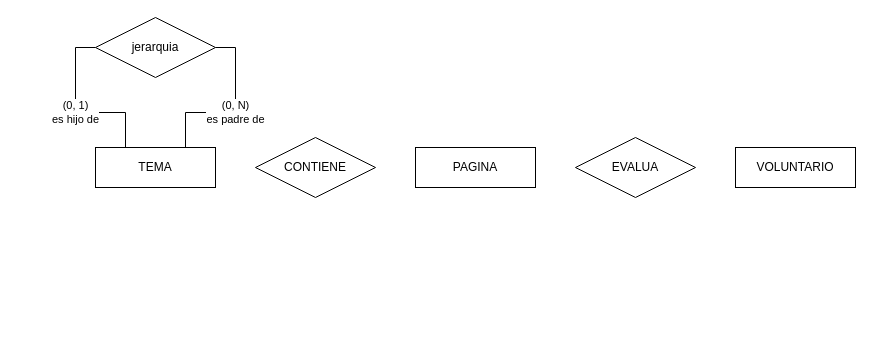
Earlier version of the draw.io diagram ~Base de Datos/Itinerario 02/Ejercicio6.9.drawio (zherar7ordoya/AP4). Source tidied: cells renumbered, new cells numbered last; positions are measured from the earlier drawing's top-left corner, leaving out a move shared by most shapes. Both pictures are drawn from the tidied source at 100%, with x=0, y=0 at pixel (95, 17).
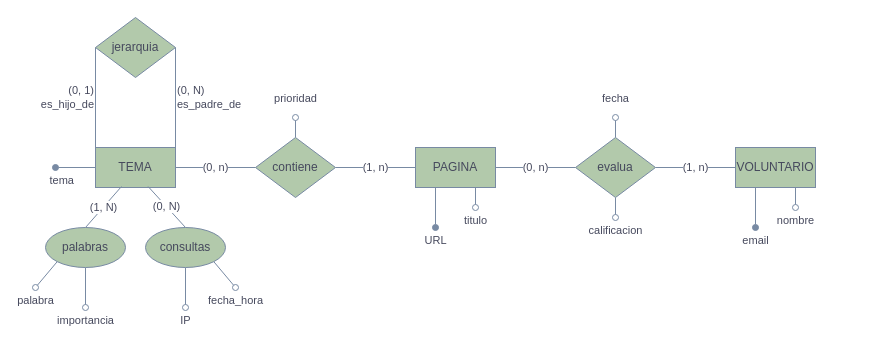
The same diagram, later.

Diff of the diagram source:
```diff
@@
+    <mxCell id="10" value="tema" style="edgeStyle=none;rounded=0;jettySize=auto;html=1;endArrow=oval;endFill=1;startArrow=none;startFill=0;labelPosition=left;verticalLabelPosition=bottom;align=right;verticalAlign=top;strokeColor=#788AA3;fontColor=#46495D;" parent="1" edge="1" source="2">
+      <mxGeometry relative="1" as="geometry">
+        <mxPoint x="-40" y="150" as="targetPoint" />
+      </mxGeometry>
+    </mxCell>
+    <mxCell id="11" value="(0, n)" style="edgeStyle=none;rounded=0;jettySize=auto;html=1;exitX=1;exitY=0.5;exitDx=0;exitDy=0;startArrow=none;startFill=0;endArrow=none;endFill=0;strokeColor=#788AA3;fontColor=#46495D;" parent="1" edge="1" source="2" target="5">
+      <mxGeometry relative="1" as="geometry" />
+    </mxCell>
-    <mxCell id="2" value="TEMA" style="whiteSpace=wrap;html=1;align=center;" parent="1" vertex="1">
-      <mxGeometry y="130" width="120" height="40" as="geometry" />
+    <mxCell id="2" value="TEMA" style="whiteSpace=wrap;html=1;align=center;fillColor=#B2C9AB;strokeColor=#788AA3;fontColor=#46495D;" parent="1" vertex="1">
+      <mxGeometry y="130" width="80" height="40" as="geometry" />
     </mxCell>
+    <mxCell id="12" value="URL" style="edgeStyle=none;rounded=0;jettySize=auto;html=1;exitX=0.25;exitY=1;exitDx=0;exitDy=0;startArrow=none;startFill=0;endArrow=oval;endFill=1;labelPosition=right;verticalLabelPosition=bottom;align=center;verticalAlign=top;strokeColor=#788AA3;fontColor=#46495D;" parent="1" edge="1" source="3">
+      <mxGeometry x="1" relative="1" as="geometry">
+        <mxPoint x="340" y="210" as="targetPoint" />
+      </mxGeometry>
+    </mxCell>
+    <mxCell id="13" value="titulo" style="edgeStyle=none;rounded=0;jettySize=auto;html=1;exitX=0.75;exitY=1;exitDx=0;exitDy=0;startArrow=none;startFill=0;endArrow=oval;endFill=0;labelPosition=right;verticalLabelPosition=bottom;align=center;verticalAlign=top;strokeColor=#788AA3;fontColor=#46495D;" parent="1" edge="1" source="3">
+      <mxGeometry x="1" relative="1" as="geometry">
+        <mxPoint x="380" y="190" as="targetPoint" />
+      </mxGeometry>
+    </mxCell>
+    <mxCell id="14" value="(0, n)" style="edgeStyle=none;rounded=0;jettySize=auto;html=1;exitX=1;exitY=0.5;exitDx=0;exitDy=0;entryX=0;entryY=0.5;entryDx=0;entryDy=0;startArrow=none;startFill=0;endArrow=none;endFill=0;strokeColor=#788AA3;fontColor=#46495D;" parent="1" edge="1" source="3" target="6">
+      <mxGeometry relative="1" as="geometry" />
+    </mxCell>
-    <mxCell id="3" value="PAGINA" style="whiteSpace=wrap;html=1;align=center;" parent="1" vertex="1">
-      <mxGeometry x="320" y="130" width="120" height="40" as="geometry" />
+    <mxCell id="3" value="PAGINA" style="whiteSpace=wrap;html=1;align=center;fillColor=#B2C9AB;strokeColor=#788AA3;fontColor=#46495D;" parent="1" vertex="1">
+      <mxGeometry x="320" y="130" width="80" height="40" as="geometry" />
     </mxCell>
+    <mxCell id="15" value="email" style="edgeStyle=none;rounded=0;jettySize=auto;html=1;exitX=0.25;exitY=1;exitDx=0;exitDy=0;startArrow=none;startFill=0;endArrow=oval;endFill=1;labelPosition=right;verticalLabelPosition=bottom;align=center;verticalAlign=top;strokeColor=#788AA3;fontColor=#46495D;" parent="1" edge="1" source="4">
+      <mxGeometry x="1" relative="1" as="geometry">
+        <mxPoint x="660" y="210" as="targetPoint" />
+      </mxGeometry>
+    </mxCell>
+    <mxCell id="16" value="nombre" style="edgeStyle=none;rounded=0;jettySize=auto;html=1;exitX=0.75;exitY=1;exitDx=0;exitDy=0;startArrow=none;startFill=0;endArrow=oval;endFill=0;labelPosition=right;verticalLabelPosition=bottom;align=center;verticalAlign=top;strokeColor=#788AA3;fontColor=#46495D;" parent="1" edge="1" source="4">
+      <mxGeometry x="1" relative="1" as="geometry">
+        <mxPoint x="700" y="190" as="targetPoint" />
+      </mxGeometry>
+    </mxCell>
-    <mxCell id="4" value="VOLUNTARIO" style="whiteSpace=wrap;html=1;align=center;" parent="1" vertex="1">
-      <mxGeometry x="640" y="130" width="120" height="40" as="geometry" />
+    <mxCell id="4" value="VOLUNTARIO" style="whiteSpace=wrap;html=1;align=center;fillColor=#B2C9AB;strokeColor=#788AA3;fontColor=#46495D;" parent="1" vertex="1">
+      <mxGeometry x="640" y="130" width="80" height="40" as="geometry" />
     </mxCell>
+    <mxCell id="17" value="prioridad" style="edgeStyle=none;rounded=0;jettySize=auto;html=1;exitX=0.5;exitY=0;exitDx=0;exitDy=0;startArrow=none;startFill=0;endArrow=oval;endFill=0;labelPosition=right;verticalLabelPosition=top;align=center;verticalAlign=bottom;strokeColor=#788AA3;fontColor=#46495D;" parent="1" edge="1" source="5">
+      <mxGeometry x="1" y="10" relative="1" as="geometry">
+        <mxPoint x="200" y="100" as="targetPoint" />
+        <mxPoint x="10" y="-10" as="offset" />
+      </mxGeometry>
+    </mxCell>
+    <mxCell id="18" value="(1, n)" style="edgeStyle=none;rounded=0;jettySize=auto;html=1;exitX=1;exitY=0.5;exitDx=0;exitDy=0;entryX=0;entryY=0.5;entryDx=0;entryDy=0;startArrow=none;startFill=0;endArrow=none;endFill=0;strokeColor=#788AA3;fontColor=#46495D;" parent="1" edge="1" source="5" target="3">
+      <mxGeometry relative="1" as="geometry" />
+    </mxCell>
-    <mxCell id="5" value="CONTIENE" style="shape=rhombus;perimeter=rhombusPerimeter;whiteSpace=wrap;html=1;align=center;" parent="1" vertex="1">
-      <mxGeometry x="160" y="120" width="120" height="60" as="geometry" />
+    <mxCell id="5" value="contiene" style="shape=rhombus;perimeter=rhombusPerimeter;whiteSpace=wrap;html=1;align=center;fillColor=#B2C9AB;strokeColor=#788AA3;fontColor=#46495D;" parent="1" vertex="1">
+      <mxGeometry x="160" y="120" width="80" height="60" as="geometry" />
     </mxCell>
+    <mxCell id="19" value="fecha" style="edgeStyle=none;rounded=0;jettySize=auto;html=1;exitX=0.5;exitY=0;exitDx=0;exitDy=0;startArrow=none;startFill=0;endArrow=oval;endFill=0;labelPosition=right;verticalLabelPosition=top;align=center;verticalAlign=bottom;strokeColor=#788AA3;fontColor=#46495D;" parent="1" edge="1" source="6">
+      <mxGeometry x="1" y="10" relative="1" as="geometry">
+        <mxPoint x="520" y="100" as="targetPoint" />
+        <mxPoint x="10" y="-10" as="offset" />
+      </mxGeometry>
+    </mxCell>
+    <mxCell id="20" value="calificacion" style="edgeStyle=none;rounded=0;jettySize=auto;html=1;exitX=0.5;exitY=1;exitDx=0;exitDy=0;startArrow=none;startFill=0;endArrow=oval;endFill=0;labelPosition=right;verticalLabelPosition=bottom;align=center;verticalAlign=top;strokeColor=#788AA3;fontColor=#46495D;" parent="1" edge="1" source="6">
+      <mxGeometry x="1" relative="1" as="geometry">
+        <mxPoint x="520" y="200" as="targetPoint" />
+      </mxGeometry>
+    </mxCell>
+    <mxCell id="21" value="(1, n)" style="edgeStyle=none;rounded=0;jettySize=auto;html=1;exitX=1;exitY=0.5;exitDx=0;exitDy=0;entryX=0;entryY=0.5;entryDx=0;entryDy=0;startArrow=none;startFill=0;endArrow=none;endFill=0;strokeColor=#788AA3;fontColor=#46495D;" parent="1" edge="1" source="6" target="4">
+      <mxGeometry relative="1" as="geometry" />
+    </mxCell>
-    <mxCell id="6" value="EVALUA" style="shape=rhombus;perimeter=rhombusPerimeter;whiteSpace=wrap;html=1;align=center;" parent="1" vertex="1">
-      <mxGeometry x="480" y="120" width="120" height="60" as="geometry" />
+    <mxCell id="6" value="evalua" style="shape=rhombus;perimeter=rhombusPerimeter;whiteSpace=wrap;html=1;align=center;fillColor=#B2C9AB;strokeColor=#788AA3;fontColor=#46495D;" parent="1" vertex="1">
+      <mxGeometry x="480" y="120" width="80" height="60" as="geometry" />
     </mxCell>
-    <mxCell id="7" value="(0, 1)&lt;br&gt;es hijo de" style="edgeStyle=orthogonalEdgeStyle;rounded=0;jettySize=auto;html=1;entryX=0.25;entryY=0;entryDx=0;entryDy=0;exitX=0;exitY=0.5;exitDx=0;exitDy=0;endArrow=none;endFill=0;" parent="1" edge="1" source="9" target="2">
+    <mxCell id="7" value="(0, 1)&lt;br&gt;es_hijo_de" style="rounded=0;jettySize=auto;html=1;entryX=0;entryY=0;entryDx=0;entryDy=0;exitX=0;exitY=0.5;exitDx=0;exitDy=0;endArrow=none;endFill=0;align=right;strokeColor=#788AA3;fontColor=#46495D;" parent="1" edge="1" source="9" target="2">
       <mxGeometry relative="1" as="geometry" />
     </mxCell>
-    <mxCell id="8" value="(0, N)&lt;br&gt;es padre de" style="edgeStyle=orthogonalEdgeStyle;rounded=0;jettySize=auto;html=1;entryX=0.75;entryY=0;entryDx=0;entryDy=0;exitX=1;exitY=0.5;exitDx=0;exitDy=0;endArrow=none;endFill=0;" parent="1" edge="1" source="9" target="2">
+    <mxCell id="8" value="(0, N)&lt;br&gt;es_padre_de" style="rounded=0;jettySize=auto;html=1;entryX=1;entryY=0;entryDx=0;entryDy=0;exitX=1;exitY=0.5;exitDx=0;exitDy=0;endArrow=none;endFill=0;align=left;strokeColor=#788AA3;fontColor=#46495D;" parent="1" edge="1" source="9" target="2">
       <mxGeometry relative="1" as="geometry" />
     </mxCell>
-    <mxCell id="9" value="jerarquia" style="shape=rhombus;perimeter=rhombusPerimeter;whiteSpace=wrap;html=1;align=center;" parent="1" vertex="1">
-      <mxGeometry width="120" height="60" as="geometry" />
+    <mxCell id="9" value="jerarquia" style="shape=rhombus;perimeter=rhombusPerimeter;whiteSpace=wrap;html=1;align=center;fillColor=#B2C9AB;strokeColor=#788AA3;fontColor=#46495D;" parent="1" vertex="1">
+      <mxGeometry width="80" height="60" as="geometry" />
     </mxCell>
+    <mxCell id="22" value="(1, N)" style="rounded=0;jettySize=auto;html=1;exitX=0.5;exitY=0;exitDx=0;exitDy=0;entryX=0.325;entryY=0.975;entryDx=0;entryDy=0;entryPerimeter=0;endArrow=none;endFill=0;strokeColor=#788AA3;fontColor=#46495D;" parent="1" edge="1" source="25" target="2">
+      <mxGeometry relative="1" as="geometry" />
+    </mxCell>
+    <mxCell id="23" value="palabra" style="edgeStyle=none;rounded=0;jettySize=auto;html=1;exitX=0;exitY=1;exitDx=0;exitDy=0;startArrow=none;startFill=0;endArrow=oval;endFill=0;labelPosition=left;verticalLabelPosition=bottom;align=center;verticalAlign=top;strokeColor=#788AA3;fontColor=#46495D;" parent="1" edge="1" source="25">
+      <mxGeometry x="1" relative="1" as="geometry">
+        <mxPoint x="-60" y="270" as="targetPoint" />
+      </mxGeometry>
+    </mxCell>
+    <mxCell id="24" value="importancia" style="edgeStyle=none;rounded=0;jettySize=auto;html=1;exitX=0.5;exitY=1;exitDx=0;exitDy=0;startArrow=none;startFill=0;endArrow=oval;endFill=0;labelPosition=left;verticalLabelPosition=bottom;align=center;verticalAlign=top;strokeColor=#788AA3;fontColor=#46495D;" parent="1" edge="1" source="25">
+      <mxGeometry x="1" relative="1" as="geometry">
+        <mxPoint x="-10" y="290" as="targetPoint" />
+      </mxGeometry>
+    </mxCell>
+    <mxCell id="25" value="palabras" style="ellipse;whiteSpace=wrap;html=1;align=center;fillColor=#B2C9AB;strokeColor=#788AA3;fontColor=#46495D;" parent="1" vertex="1">
+      <mxGeometry x="-50" y="210" width="80" height="40" as="geometry" />
+    </mxCell>
+    <mxCell id="26" value="(0, N)" style="edgeStyle=none;rounded=0;jettySize=auto;html=1;exitX=0.5;exitY=0;exitDx=0;exitDy=0;entryX=0.658;entryY=0.975;entryDx=0;entryDy=0;entryPerimeter=0;endArrow=none;endFill=0;strokeColor=#788AA3;fontColor=#46495D;" parent="1" edge="1" source="29" target="2">
+      <mxGeometry relative="1" as="geometry" />
+    </mxCell>
+    <mxCell id="27" value="IP" style="edgeStyle=none;rounded=0;jettySize=auto;html=1;exitX=0.5;exitY=1;exitDx=0;exitDy=0;startArrow=none;startFill=0;endArrow=oval;endFill=0;labelPosition=right;verticalLabelPosition=bottom;align=center;verticalAlign=top;strokeColor=#788AA3;fontColor=#46495D;" parent="1" edge="1" source="29">
+      <mxGeometry x="1" relative="1" as="geometry">
+        <mxPoint x="90" y="290" as="targetPoint" />
+      </mxGeometry>
+    </mxCell>
+    <mxCell id="28" value="fecha_hora" style="edgeStyle=none;rounded=0;jettySize=auto;html=1;exitX=1;exitY=1;exitDx=0;exitDy=0;startArrow=none;startFill=0;endArrow=oval;endFill=0;labelPosition=right;verticalLabelPosition=bottom;align=center;verticalAlign=top;strokeColor=#788AA3;fontColor=#46495D;" parent="1" edge="1" source="29">
+      <mxGeometry x="1" relative="1" as="geometry">
+        <mxPoint x="140" y="270" as="targetPoint" />
+      </mxGeometry>
+    </mxCell>
+    <mxCell id="29" value="consultas" style="ellipse;whiteSpace=wrap;html=1;align=center;fillColor=#B2C9AB;strokeColor=#788AA3;fontColor=#46495D;" parent="1" vertex="1">
+      <mxGeometry x="50" y="210" width="80" height="40" as="geometry" />
+    </mxCell>
```
